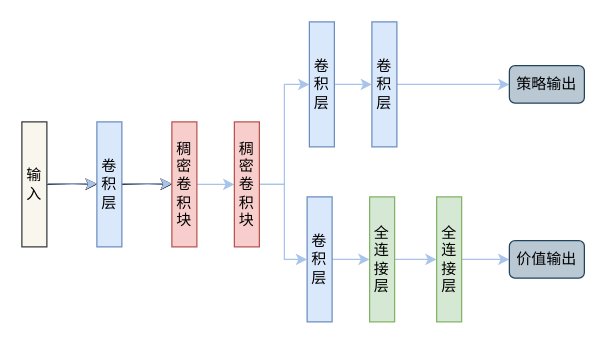
This is 策略价值网络示意图.drawio from zhaoyangkun/draw.io, a draw.io file, before an edit. Source tidied: cells renumbered, new cells numbered last; positions are measured from the earlier drawing's top-left corner, leaving out a move shared by most shapes. Both pictures are drawn from the tidied source at 125%, with x=0, y=0 at pixel (21, 21).
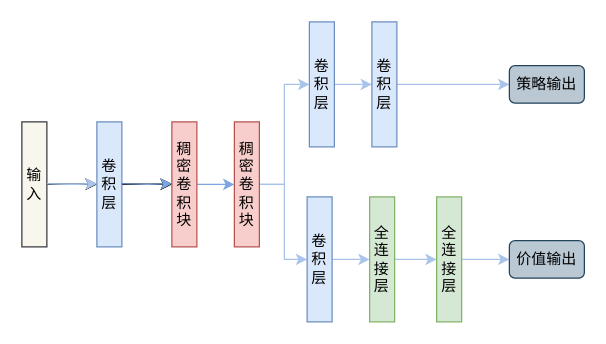
After the change.

Commit message (it also covers changes not shown here):
更新策略价值网络示意图.drawio

Unchanged cells that the change refers to:
```xml
<mxCell id="7" value="稠密&lt;br&gt;卷积块" style="rounded=0;whiteSpace=wrap;html=1;fillColor=#f8cecc;strokeColor=#b85450;flipH=1;" parent="1" vertex="1">
  <mxGeometry x="120" y="80" width="20" height="100" as="geometry" />
</mxCell>
<mxCell id="10" value="稠密&lt;br&gt;卷积块" style="rounded=0;whiteSpace=wrap;html=1;fillColor=#f8cecc;strokeColor=#b85450;flipH=1;" parent="1" vertex="1">
  <mxGeometry x="170" y="80" width="20" height="100" as="geometry" />
</mxCell>
```

The edit, as a diff of the source:
```diff
@@
-    <mxCell id="6" style="edgeStyle=orthogonalEdgeStyle;rounded=0;jettySize=auto;html=1;entryX=0;entryY=0.5;entryDx=0;entryDy=0;strokeColor=#A9C4EB;" parent="1" edge="1" source="7" target="10">
+    <mxCell id="6" style="edgeStyle=orthogonalEdgeStyle;rounded=0;jettySize=auto;html=1;entryX=0;entryY=0.5;entryDx=0;entryDy=0;strokeColor=#7EA6E0;" parent="1" edge="1" source="7" target="10">
       <mxGeometry relative="1" as="geometry" />
     </mxCell>
@@
-    <mxCell id="26" style="edgeStyle=orthogonalEdgeStyle;rounded=0;orthogonalLoop=1;jettySize=auto;html=1;strokeColor=#A9C4EB;" parent="1" edge="1">
+    <mxCell id="26" style="edgeStyle=orthogonalEdgeStyle;rounded=0;orthogonalLoop=1;jettySize=auto;html=1;strokeColor=#7EA6E0;" parent="1" edge="1">
       <mxGeometry relative="1" as="geometry">
         <mxPoint x="80" y="129.5" as="sourcePoint" />
         <mxPoint x="120" y="129.5" as="targetPoint" />
       </mxGeometry>
     </mxCell>
+    <mxCell id="27" style="edgeStyle=orthogonalEdgeStyle;rounded=0;orthogonalLoop=1;jettySize=auto;html=1;entryX=0;entryY=0.5;entryDx=0;entryDy=0;strokeColor=#A9C4EB;" parent="1" edge="1">
+      <mxGeometry relative="1" as="geometry">
+        <mxPoint x="20" y="129.5" as="sourcePoint" />
+        <mxPoint x="60" y="129.5" as="targetPoint" />
+      </mxGeometry>
+    </mxCell>
```
